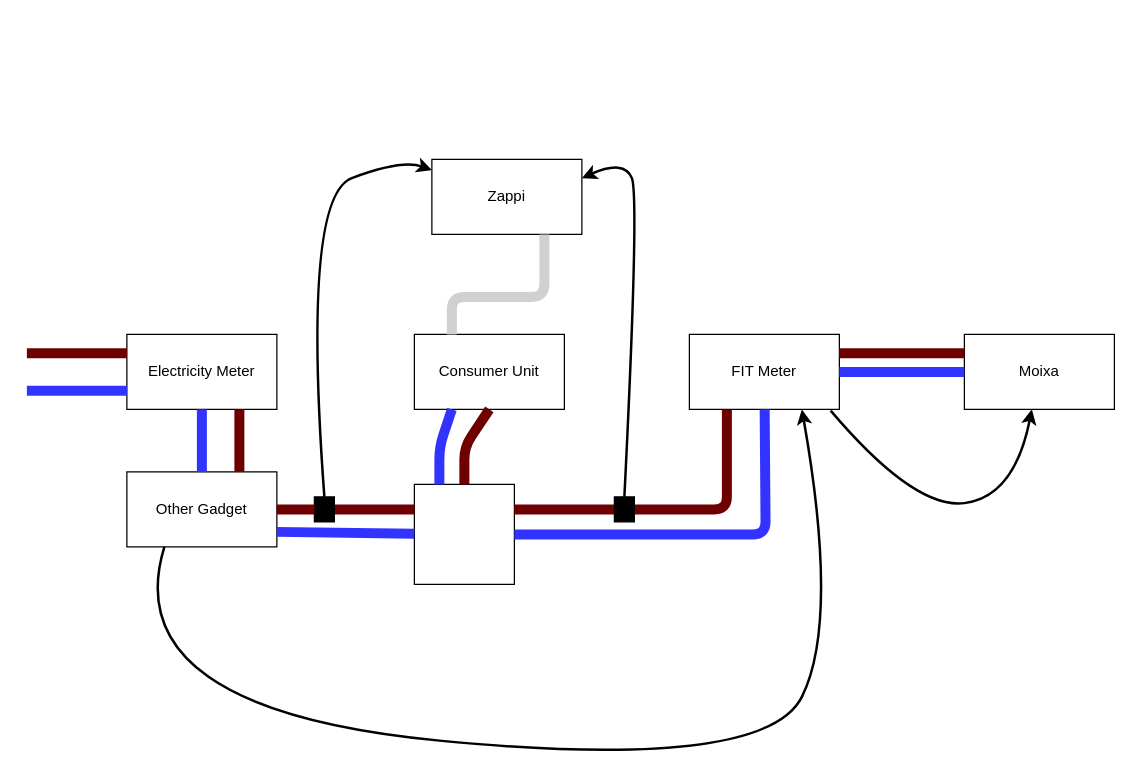
Before: Untitled Diagram.drawio in gjones1/solar_setup, a draw.io diagram. Source tidied: cells renumbered, new cells numbered last; positions are measured from the earlier drawing's top-left corner, leaving out a move shared by most shapes. Both pictures are drawn from the tidied source at 125%, with x=0, y=0 at pixel (26, 159).
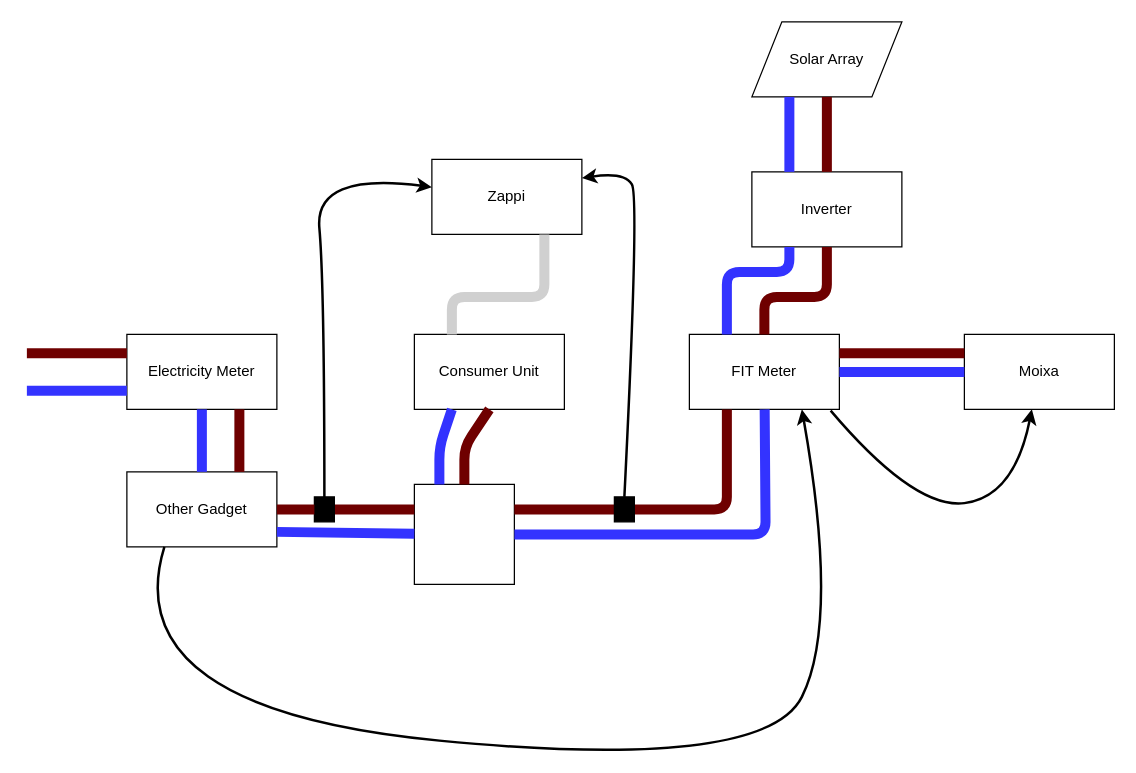
The same diagram, later.

Unchanged cells that the change refers to:
```xml
<mxCell id="4" value="Zappi" style="rounded=0;whiteSpace=wrap;html=1;" parent="1" vertex="1">
  <mxGeometry x="324" width="120" height="60" as="geometry" />
</mxCell>
<mxCell id="5" value="FIT Meter" style="rounded=0;whiteSpace=wrap;html=1;" parent="1" vertex="1">
  <mxGeometry x="530" y="140" width="120" height="60" as="geometry" />
</mxCell>
<mxCell id="23" style="rounded=0;whiteSpace=wrap;html=1;fillColor=#000000;" parent="1" vertex="1">
  <mxGeometry x="230" y="270" width="16" height="20" as="geometry" />
</mxCell>
<mxCell id="26" style="rounded=0;whiteSpace=wrap;html=1;fillColor=#000000;" parent="1" vertex="1">
  <mxGeometry x="470" y="270" width="16" height="20" as="geometry" />
</mxCell>
```

What changed in the source:
```diff
@@
     <mxCell id="25" style="curved=1;endArrow=classic;html=1;strokeColor=#000000;strokeWidth=2;exitX=0.5;exitY=0;exitDx=0;exitDy=0;" parent="1" edge="1" source="23" target="4">
       <mxGeometry relative="1" as="geometry">
         <Array as="points">
-          <mxPoint x="220" y="30" />
-          <mxPoint x="300" />
+          <mxPoint x="238" y="100" />
+          <mxPoint x="230" y="10" />
         </Array>
       </mxGeometry>
     </mxCell>
@@
     <mxCell id="27" style="curved=1;endArrow=classic;html=1;strokeColor=#000000;strokeWidth=2;exitX=0.5;exitY=0;exitDx=0;exitDy=0;entryX=1;entryY=0.25;entryDx=0;entryDy=0;" parent="1" edge="1" source="26" target="4">
       <mxGeometry relative="1" as="geometry">
         <Array as="points">
           <mxPoint x="490" y="30" />
-          <mxPoint x="478" />
+          <mxPoint x="478" y="10" />
         </Array>
       </mxGeometry>
     </mxCell>
@@
+    <mxCell id="29" value="Solar Array" style="shape=parallelogram;perimeter=parallelogramPerimeter;whiteSpace=wrap;html=1;" parent="1" vertex="1">
+      <mxGeometry x="580" y="-110" width="120" height="60" as="geometry" />
+    </mxCell>
+    <mxCell id="30" value="Inverter" style="rounded=0;whiteSpace=wrap;html=1;" parent="1" vertex="1">
+      <mxGeometry x="580" y="10" width="120" height="60" as="geometry" />
+    </mxCell>
+    <mxCell id="31" style="endArrow=none;html=1;strokeWidth=8;fillColor=#a20025;entryX=0.25;entryY=0;entryDx=0;entryDy=0;exitX=0.25;exitY=1;exitDx=0;exitDy=0;strokeColor=#3333FF;" parent="1" edge="1" source="29" target="30">
+      <mxGeometry relative="1" as="geometry" />
+    </mxCell>
+    <mxCell id="32" style="endArrow=none;html=1;strokeColor=#6F0000;strokeWidth=8;fillColor=#a20025;entryX=0.5;entryY=0;entryDx=0;entryDy=0;exitX=0.5;exitY=1;exitDx=0;exitDy=0;" parent="1" edge="1" source="29" target="30">
+      <mxGeometry relative="1" as="geometry" />
+    </mxCell>
+    <mxCell id="33" style="endArrow=none;html=1;strokeWidth=8;fillColor=#a20025;entryX=0.25;entryY=0;entryDx=0;entryDy=0;strokeColor=#3333FF;" parent="1" edge="1" target="5">
+      <mxGeometry relative="1" as="geometry">
+        <mxPoint x="610" y="70" as="sourcePoint" />
+        <Array as="points">
+          <mxPoint x="610" y="90" />
+          <mxPoint x="560" y="90" />
+        </Array>
+      </mxGeometry>
+    </mxCell>
+    <mxCell id="34" style="endArrow=none;html=1;strokeColor=#6F0000;strokeWidth=8;fillColor=#a20025;entryX=0.5;entryY=0;entryDx=0;entryDy=0;exitX=0.5;exitY=1;exitDx=0;exitDy=0;" parent="1" edge="1" target="5">
+      <mxGeometry relative="1" as="geometry">
+        <mxPoint x="640" y="70" as="sourcePoint" />
+        <Array as="points">
+          <mxPoint x="640" y="110" />
+          <mxPoint x="590" y="110" />
+        </Array>
+      </mxGeometry>
+    </mxCell>
```
